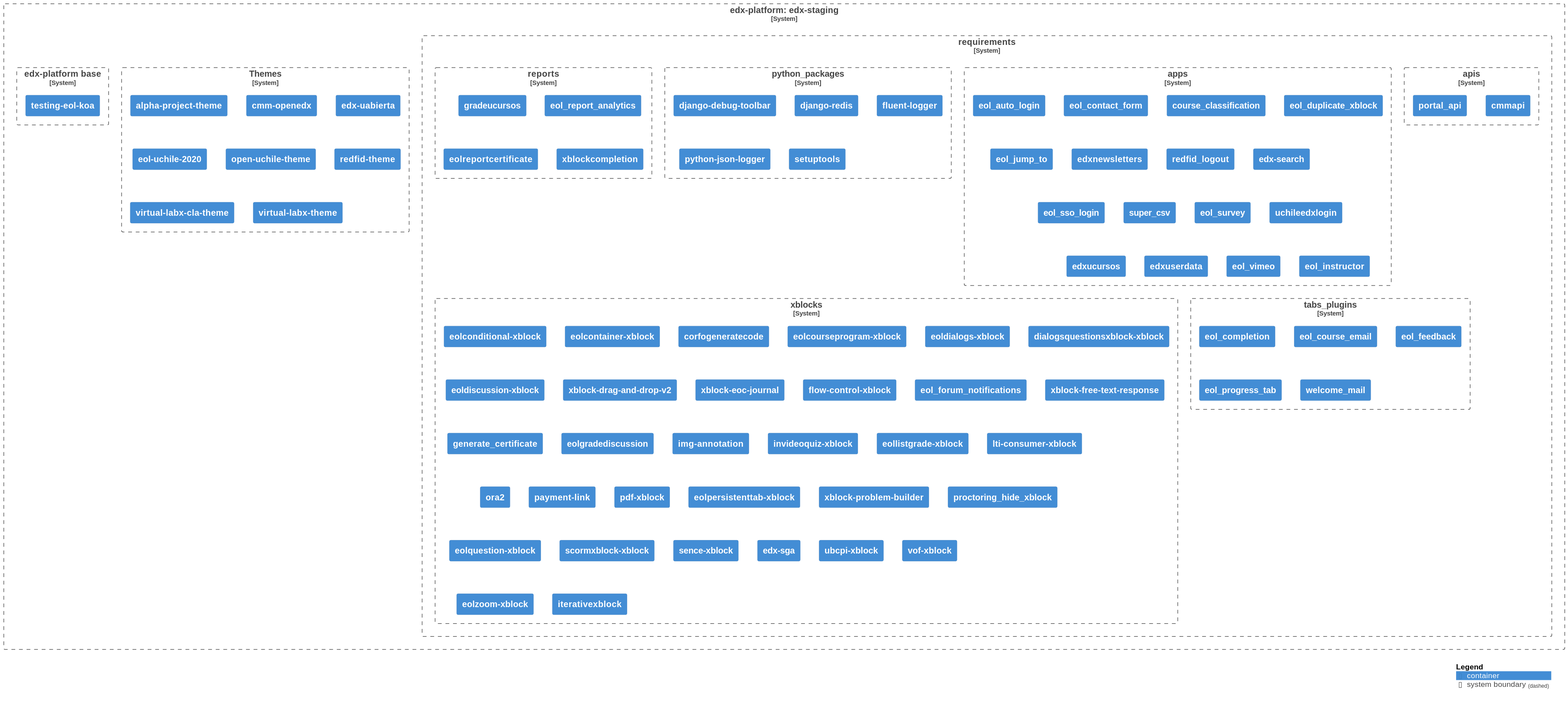
eol-uchile/edx-staging keeps this PlantUML diagram as diagrams/diagram.svg. Above is the earlier version.
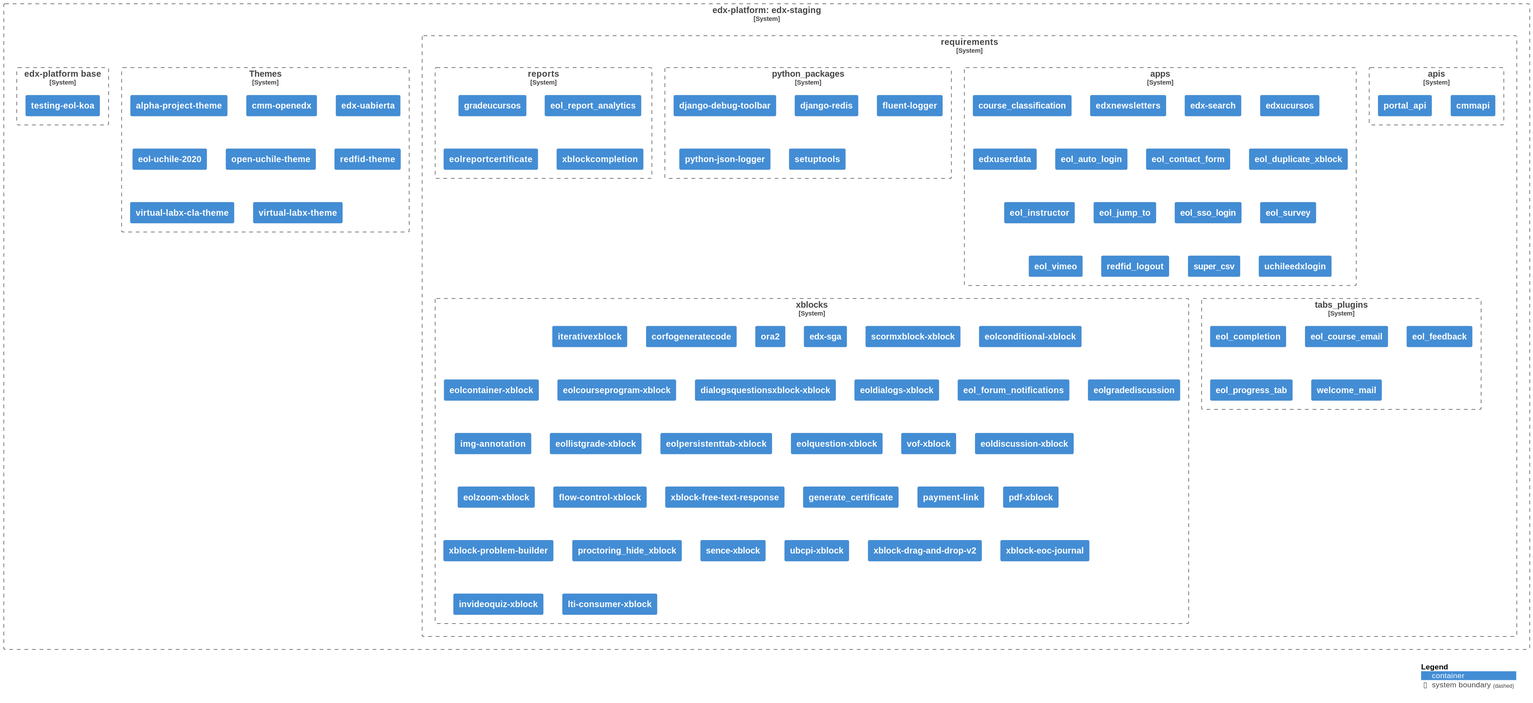
After the commit.

Commit message:
Auto-generate UML diagram

Diff of the diagram source:
```diff
@@ -17,37 +17,37 @@
 
             System_Boundary(apps, "apps", $link="https://github.com/eol-uchile/edx-staging/blob/eol-release/koa/requirements/apps.txt") {
 
-                Container(apps1, "eol_auto_login", $link="https://github.com/eol-uchile/eol_auto_login")
+                Container(apps1, "course_classification", $link="https://github.com/eol-uchile/course_classification")
 
-                Container(apps2, "eol_contact_form", $link="https://github.com/eol-uchile/eol_contact_form")
+                Container(apps2, "edxnewsletters", $link="https://github.com/eol-uchile/edx-newsletters")
 
-                Container(apps3, "course_classification", $link="https://github.com/eol-uchile/course_classification")
+                Container(apps3, "edx-search", $link="https://github.com/eol-uchile/edx-search")
 
-                Container(apps4, "eol_duplicate_xblock", $link="https://github.com/eol-uchile/eol_duplicate_xblock")
+                Container(apps4, "edxucursos", $link="https://github.com/eol-uchile/edx-ucursos")
 
-                Container(apps5, "eol_jump_to", $link="https://github.com/eol-uchile/eol_jump_to")
+                Container(apps5, "edxuserdata", $link="https://github.com/eol-uchile/edx-userdata")
 
-                Container(apps6, "edxnewsletters", $link="https://github.com/eol-uchile/edx-newsletters")
+                Container(apps6, "eol_auto_login", $link="https://github.com/eol-uchile/eol_auto_login")
 
-                Container(apps7, "redfid_logout", $link="https://github.com/eol-uchile/redfid_logout")
+                Container(apps7, "eol_contact_form", $link="https://github.com/eol-uchile/eol_contact_form")
 
-                Container(apps8, "edx-search", $link="https://github.com/eol-uchile/edx-search")
+                Container(apps8, "eol_duplicate_xblock", $link="https://github.com/eol-uchile/eol_duplicate_xblock")
 
-                Container(apps9, "eol_sso_login", $link="https://github.com/eol-uchile/eol_sso_login.git")
+                Container(apps9, "eol_instructor", $link="https://github.com/eol-uchile/eol_instructor")
 
-                Container(apps10, "super_csv", $link="https://github.com/eol-uchile/super-csv.git")
+                Container(apps10, "eol_jump_to", $link="https://github.com/eol-uchile/eol_jump_to")
 
-                Container(apps11, "eol_survey", $link="https://github.com/eol-uchile/eol_survey.git")
+                Container(apps11, "eol_sso_login", $link="https://github.com/eol-uchile/eol_sso_login")
 
-                Container(apps12, "uchileedxlogin", $link="https://github.com/eol-uchile/uchileedxlogin")
+                Container(apps12, "eol_survey", $link="https://github.com/eol-uchile/eol_survey")
 
-                Container(apps13, "edxucursos", $link="https://github.com/eol-uchile/edx-ucursos")
+                Container(apps13, "eol_vimeo", $link="https://github.com/eol-uchile/eol_vimeo")
 
-                Container(apps14, "edxuserdata", $link="https://github.com/eol-uchile/edx-userdata")
+                Container(apps14, "redfid_logout", $link="https://github.com/eol-uchile/redfid_logout")
 
-                Container(apps15, "eol_vimeo", $link="https://github.com/eol-uchile/eol_vimeo")
+                Container(apps15, "super_csv", $link="https://github.com/eol-uchile/super-csv")
 
-                Container(apps16, "eol_instructor", $link="https://github.com/eol-uchile/eol_instructor")
+                Container(apps16, "uchileedxlogin", $link="https://github.com/eol-uchile/uchileedxlogin")
 
             }
 
@@ -93,69 +93,69 @@
 
             System_Boundary(xblocks, "xblocks", $link="https://github.com/eol-uchile/edx-staging/blob/eol-release/koa/requirements/xblocks.txt") {
 
-                Container(xblocks1, "eolconditional-xblock", $link="https://github.com/eol-uchile/eol-conditional-xblock.git")
+                Container(xblocks1, "iterativexblock", $link="https://github.com/cmmedu/iterative-xblock")
 
-                Container(xblocks2, "eolcontainer-xblock", $link="https://github.com/eol-uchile/eol-container-xblock.git")
+                Container(xblocks2, "corfogeneratecode", $link="https://github.com/eol-uchile/corfo_generate_code")
 
-                Container(xblocks3, "corfogeneratecode", $link="https://github.com/eol-uchile/corfo_generate_code")
+                Container(xblocks3, "ora2", $link="https://github.com/eol-uchile/edx-ora2")
 
-                Container(xblocks4, "eolcourseprogram-xblock", $link="https://github.com/eol-uchile/eol-course-program-xblock")
+                Container(xblocks4, "edx-sga", $link="https://github.com/eol-uchile/edx-sga")
 
-                Container(xblocks5, "eoldialogs-xblock", $link="https://github.com/eol-uchile/eol-dialogs-xblock.git")
+                Container(xblocks5, "scormxblock-xblock", $link="https://github.com/eol-uchile/edx_xblock_scorm")
 
-                Container(xblocks6, "dialogsquestionsxblock-xblock", $link="https://github.com/eol-uchile/eol-dialogs-question-xblock")
+                Container(xblocks6, "eolconditional-xblock", $link="https://github.com/eol-uchile/eol-conditional-xblock")
 
-                Container(xblocks7, "eoldiscussion-xblock", $link="https://github.com/eol-uchile/eol_xblock_discussion")
+                Container(xblocks7, "eolcontainer-xblock", $link="https://github.com/eol-uchile/eol-container-xblock")
 
-                Container(xblocks8, "xblock-drag-and-drop-v2", $link="https://github.com/eol-uchile/xblock-drag-and-drop-v2")
+                Container(xblocks8, "eolcourseprogram-xblock", $link="https://github.com/eol-uchile/eol-course-program-xblock")
 
-                Container(xblocks9, "xblock-eoc-journal", $link="https://github.com/eol-uchile/xblock-eoc-journal")
+                Container(xblocks9, "dialogsquestionsxblock-xblock", $link="https://github.com/eol-uchile/eol-dialogs-question-xblock")
 
-                Container(xblocks10, "flow-control-xblock", $link="https://github.com/eol-uchile/flow-control-xblock")
+                Container(xblocks10, "eoldialogs-xblock", $link="https://github.com/eol-uchile/eol-dialogs-xblock")
 
                 Container(xblocks11, "eol_forum_notifications", $link="https://github.com/eol-uchile/eol_forum_notifications")
 
-                Container(xblocks12, "xblock-free-text-response", $link="https://github.com/eol-uchile/free-text-response")
+                Container(xblocks12, "eolgradediscussion", $link="https://github.com/eol-uchile/eol_gradeforum_xblock")
 
-                Container(xblocks13, "generate_certificate", $link="https://github.com/eol-uchile/generate_certificate_xblock")
+                Container(xblocks13, "img-annotation", $link="https://github.com/eol-uchile/eol_img_annotation")
 
-                Container(xblocks14, "eolgradediscussion", $link="https://github.com/eol-uchile/eol_gradeforum_xblock")
+                Container(xblocks14, "eollistgrade-xblock", $link="https://github.com/eol-uchile/eol_list_grade")
 
-                Container(xblocks15, "img-annotation", $link="https://github.com/eol-uchile/eol_img_annotation")
+                Container(xblocks15, "eolpersistenttab-xblock", $link="https://github.com/eol-uchile/eol-persistent-tab-xblock")
 
-                Container(xblocks16, "invideoquiz-xblock", $link="https://github.com/eol-uchile/xblock-in-video-quiz")
+                Container(xblocks16, "eolquestion-xblock", $link="https://github.com/eol-uchile/eol-question-xblock")
 
-                Container(xblocks17, "eollistgrade-xblock", $link="https://github.com/eol-uchile/eol_list_grade")
+                Container(xblocks17, "vof-xblock", $link="https://github.com/eol-uchile/eol-vof-xblock")
 
-                Container(xblocks18, "lti-consumer-xblock", $link="https://github.com/eol-uchile/xblock-lti-consumer")
+                Container(xblocks18, "eoldiscussion-xblock", $link="https://github.com/eol-uchile/eol_xblock_discussion")
 
-                Container(xblocks19, "ora2", $link="https://github.com/eol-uchile/edx-ora2.git")
+                Container(xblocks19, "eolzoom-xblock", $link="https://github.com/eol-uchile/eol-zoom-xblock")
 
-                Container(xblocks20, "payment-link", $link="https://github.com/eol-uchile/payment_link_xblock")
+                Container(xblocks20, "flow-control-xblock", $link="https://github.com/eol-uchile/flow-control-xblock")
 
-                Container(xblocks21, "pdf-xblock", $link="https://github.com/eol-uchile/pdfXBlock")
+                Container(xblocks21, "xblock-free-text-response", $link="https://github.com/eol-uchile/free-text-response")
 
-                Container(xblocks22, "eolpersistenttab-xblock", $link="https://github.com/eol-uchile/eol-persistent-tab-xblock")
+                Container(xblocks22, "generate_certificate", $link="https://github.com/eol-uchile/generate_certificate_xblock")
 
-                Container(xblocks23, "xblock-problem-builder", $link="https://github.com/eol-uchile/problem-builder")
+                Container(xblocks23, "payment-link", $link="https://github.com/eol-uchile/payment_link_xblock")
 
-                Container(xblocks24, "proctoring_hide_xblock", $link="https://github.com/eol-uchile/proctoring_hide_xblock")
+                Container(xblocks24, "pdf-xblock", $link="https://github.com/eol-uchile/pdfXBlock")
 
-                Container(xblocks25, "eolquestion-xblock", $link="https://github.com/eol-uchile/eol-question-xblock.git")
+                Container(xblocks25, "xblock-problem-builder", $link="https://github.com/eol-uchile/problem-builder")
 
-                Container(xblocks26, "scormxblock-xblock", $link="https://github.com/eol-uchile/edx_xblock_scorm")
+                Container(xblocks26, "proctoring_hide_xblock", $link="https://github.com/eol-uchile/proctoring_hide_xblock")
 
                 Container(xblocks27, "sence-xblock", $link="https://github.com/eol-uchile/sence-xblock")
 
-                Container(xblocks28, "edx-sga", $link="https://github.com/eol-uchile/edx-sga")
+                Container(xblocks28, "ubcpi-xblock", $link="https://github.com/eol-uchile/ubcpi")
 
-                Container(xblocks29, "ubcpi-xblock", $link="https://github.com/eol-uchile/ubcpi")
+                Container(xblocks29, "xblock-drag-and-drop-v2", $link="https://github.com/eol-uchile/xblock-drag-and-drop-v2")
 
-                Container(xblocks30, "vof-xblock", $link="https://github.com/eol-uchile/eol-vof-xblock.git")
+                Container(xblocks30, "xblock-eoc-journal", $link="https://github.com/eol-uchile/xblock-eoc-journal")
 
-                Container(xblocks31, "eolzoom-xblock", $link="https://github.com/eol-uchile/eol-zoom-xblock")
+                Container(xblocks31, "invideoquiz-xblock", $link="https://github.com/eol-uchile/xblock-in-video-quiz")
 
-                Container(xblocks32, "iterativexblock", $link="https://github.com/cmmedu/iterative-xblock.git")
+                Container(xblocks32, "lti-consumer-xblock", $link="https://github.com/eol-uchile/xblock-lti-consumer")
 
             }
 
```
